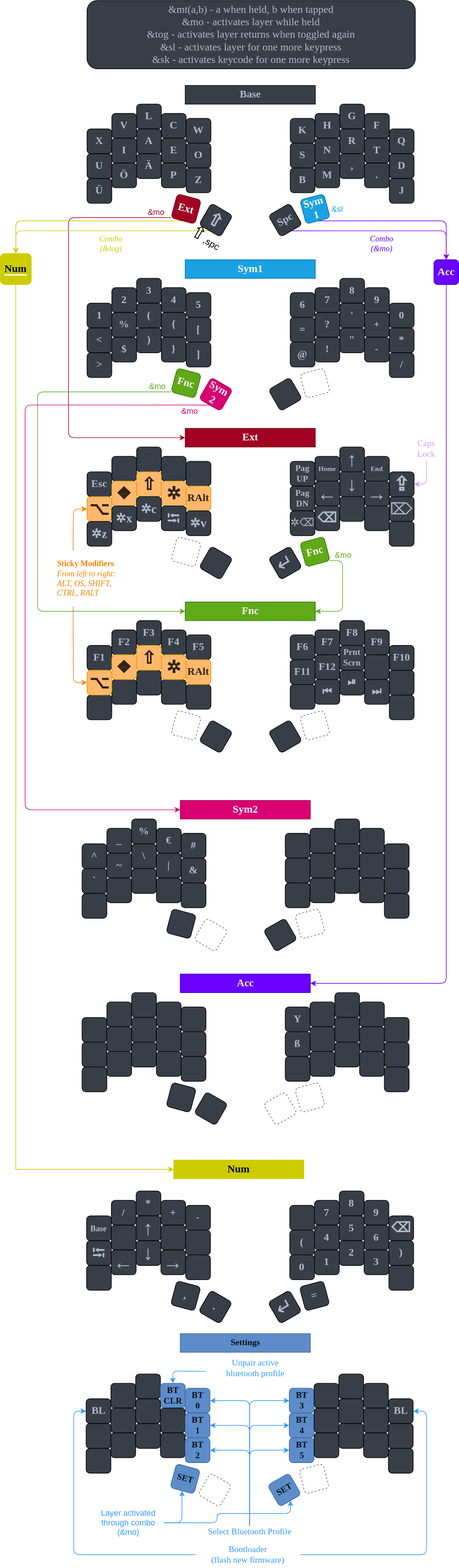
This is Layout/Sweepd_Neo2.svg from hoyohayo/zmk-config, a draw.io export, as it was before one commit. Source tidied: cells renumbered, new cells last; positions are measured from the earlier drawing's top-left corner, leaving out a move shared by most shapes.
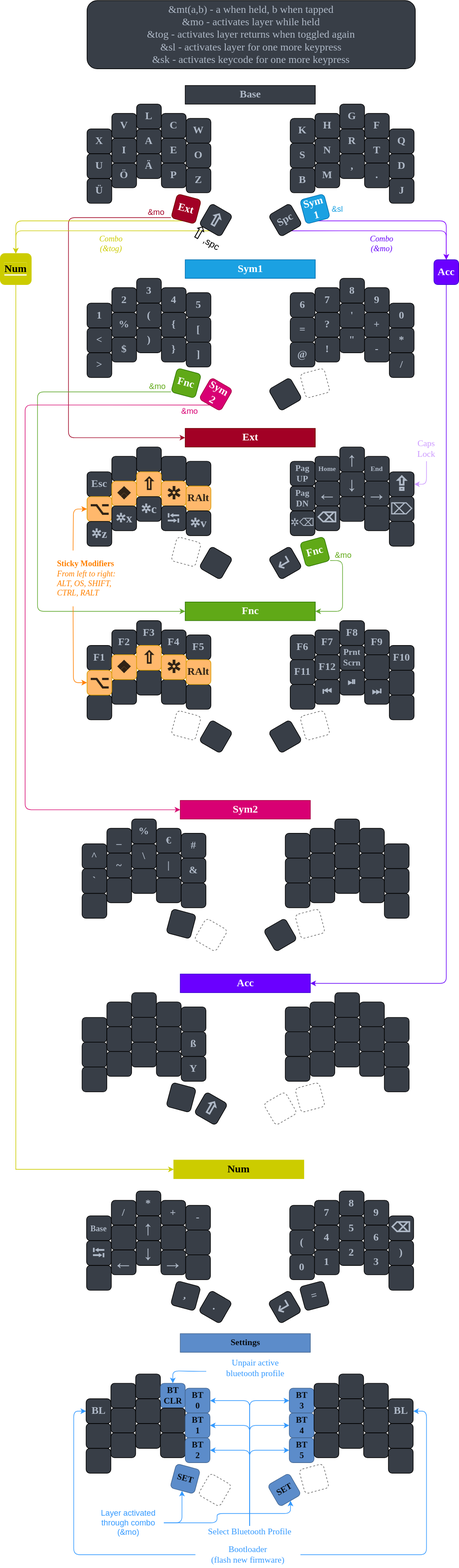
After the change.

The edit, as a diff of the source:
```diff
@@ -512,7 +512,7 @@
     <mxCell id="162" style="whiteSpace=wrap;html=1;fontSize=17;fontFamily=Verdana;fontStyle=1;fontColor=#AFB9C7;fillColor=#383E47;rounded=1;" parent="1" vertex="1">
       <mxGeometry x="252" y="1655" width="40" height="40" as="geometry" />
     </mxCell>
-    <mxCell id="163" style="whiteSpace=wrap;html=1;fontSize=17;fontFamily=Verdana;fontStyle=1;fontColor=#AFB9C7;fillColor=#383E47;rounded=1;" parent="1" vertex="1">
+    <mxCell id="163" value="&lt;span&gt;ß&lt;/span&gt;" style="whiteSpace=wrap;html=1;fontSize=17;fontFamily=Verdana;fontStyle=1;fontColor=#AFB9C7;fillColor=#383E47;rounded=1;" parent="1" vertex="1">
       <mxGeometry x="292" y="1663" width="40" height="40" as="geometry" />
     </mxCell>
     <mxCell id="164" style="whiteSpace=wrap;html=1;fontSize=17;fontFamily=Verdana;fontStyle=1;fontColor=#AFB9C7;fillColor=#383E47;rounded=1;" parent="1" vertex="1">
@@ -527,16 +527,16 @@
     <mxCell id="167" style="whiteSpace=wrap;html=1;fontSize=17;fontFamily=Verdana;fontStyle=1;fontColor=#AFB9C7;fillColor=#383E47;rounded=1;" parent="1" vertex="1">
       <mxGeometry x="252" y="1695" width="40" height="40" as="geometry" />
     </mxCell>
-    <mxCell id="168" style="whiteSpace=wrap;html=1;fontSize=17;fontFamily=Verdana;fontStyle=1;fontColor=#AFB9C7;fillColor=#383E47;rounded=1;" parent="1" vertex="1">
+    <mxCell id="168" value="&lt;span&gt;Y&lt;/span&gt;" style="whiteSpace=wrap;html=1;fontSize=17;fontFamily=Verdana;fontStyle=1;fontColor=#AFB9C7;fillColor=#383E47;rounded=1;" parent="1" vertex="1">
       <mxGeometry x="292" y="1703" width="40" height="40" as="geometry" />
     </mxCell>
     <mxCell id="169" style="whiteSpace=wrap;html=1;rotation=15;fontSize=17;fontFamily=Verdana;fontStyle=1;fontColor=#AFB9C7;fillColor=#383E47;rounded=1;" parent="1" vertex="1">
       <mxGeometry x="272" y="1749" width="40" height="40" as="geometry" />
     </mxCell>
-    <mxCell id="170" style="whiteSpace=wrap;html=1;rotation=30;fontSize=17;fontFamily=Verdana;fontStyle=1;fontColor=#AFB9C7;fillColor=#383E47;rounded=1;" parent="1" vertex="1">
+    <mxCell id="170" value="&lt;span style=&quot;font-family: &amp;#34;segoe ui emoji&amp;#34; , &amp;#34;apple color emoji&amp;#34; , &amp;#34;noto color emoji&amp;#34; ; font-size: 29px&quot;&gt;⇧&lt;/span&gt;" style="whiteSpace=wrap;html=1;rotation=30;fontSize=17;fontFamily=Verdana;fontStyle=1;fontColor=#AFB9C7;fillColor=#383E47;rounded=1;" parent="1" vertex="1">
       <mxGeometry x="320" y="1767" width="40" height="40" as="geometry" />
     </mxCell>
-    <mxCell id="171" value="Y" style="whiteSpace=wrap;html=1;fontSize=17;fontFamily=Verdana;fontStyle=1;fontColor=#AFB9C7;fillColor=#383E47;rounded=1;" parent="1" vertex="1">
+    <mxCell id="171" style="whiteSpace=wrap;html=1;fontSize=17;fontFamily=Verdana;fontStyle=1;fontColor=#AFB9C7;fillColor=#383E47;rounded=1;" parent="1" vertex="1">
       <mxGeometry x="460" y="1623" width="40" height="40" as="geometry" />
     </mxCell>
     <mxCell id="172" style="whiteSpace=wrap;html=1;fontSize=17;fontFamily=Verdana;fontStyle=1;fontColor=#AFB9C7;fillColor=#383E47;rounded=1;" parent="1" vertex="1">
@@ -551,7 +551,7 @@
     <mxCell id="175" style="whiteSpace=wrap;html=1;fontSize=17;fontFamily=Verdana;fontStyle=1;fontColor=#AFB9C7;fillColor=#383E47;rounded=1;" parent="1" vertex="1">
       <mxGeometry x="620" y="1640" width="40" height="40" as="geometry" />
     </mxCell>
-    <mxCell id="176" value="ß" style="whiteSpace=wrap;html=1;fontSize=17;fontFamily=Verdana;fontStyle=1;fontColor=#AFB9C7;fillColor=#383E47;rounded=1;" parent="1" vertex="1">
+    <mxCell id="176" style="whiteSpace=wrap;html=1;fontSize=17;fontFamily=Verdana;fontStyle=1;fontColor=#AFB9C7;fillColor=#383E47;rounded=1;" parent="1" vertex="1">
       <mxGeometry x="460" y="1663" width="40" height="40" as="geometry" />
     </mxCell>
     <mxCell id="177" style="whiteSpace=wrap;html=1;fontSize=17;fontFamily=Verdana;fontStyle=1;fontColor=#AFB9C7;fillColor=#383E47;rounded=1;" parent="1" vertex="1">
```
